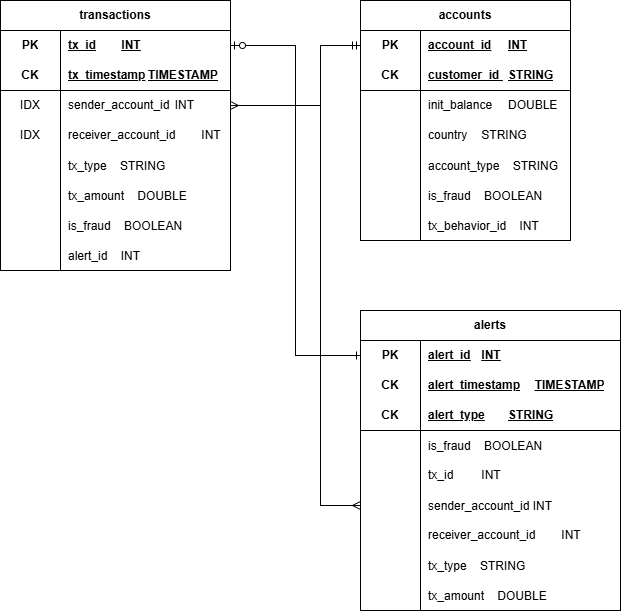
Purely4Fun/vkr_mag keeps this draw.io diagram as diagrams/ERD.png. Above is the earlier version. Source tidied: cells renumbered, new cells last; positions are measured from the earlier drawing's top-left corner, leaving out a move shared by most shapes.
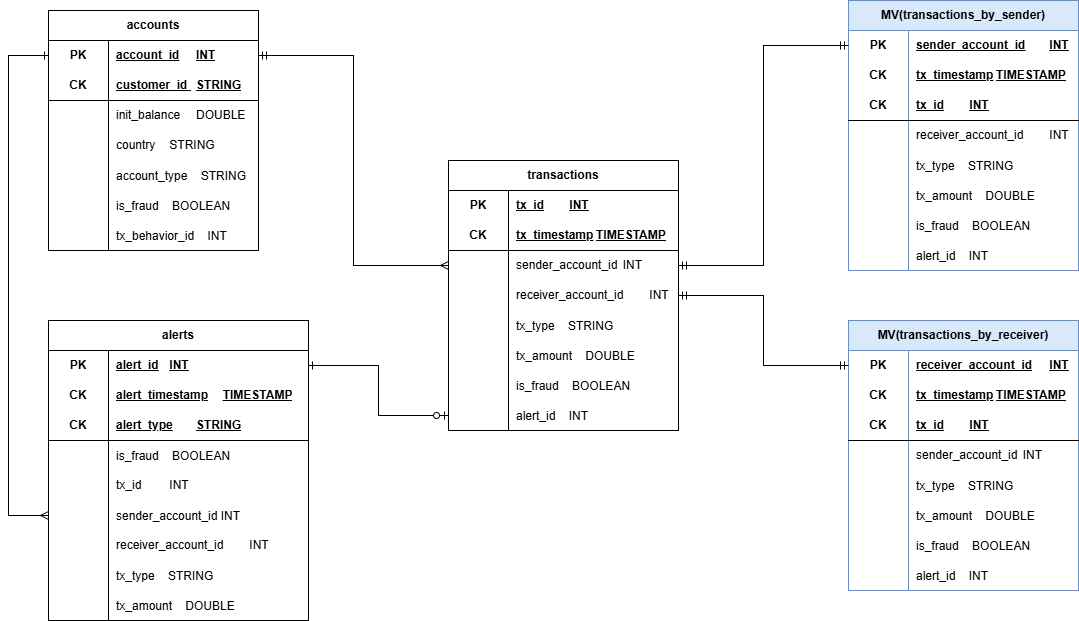
After the commit.

What changed in the source:
```diff
@@ -69,7 +69,7 @@
       <mxGeometry x="60" width="150" height="30" as="geometry" />
     </mxCell>
     <mxCell id="24" value="transactions" style="shape=table;startSize=30;rowLines=0;fontStyle=1;align=center;html=1;whiteSpace=wrap;" parent="1" vertex="1">
-      <mxGeometry width="230" height="270" as="geometry" />
+      <mxGeometry x="760" y="150" width="230" height="270" as="geometry" />
     </mxCell>
     <mxCell id="25" style="shape=tableRow;horizontal=0;startSize=0;swimlaneHead=0;swimlaneBody=0;fillColor=none;points=[[0,0.5],[1,0.5]];portConstraint=eastwest;top=0;left=0;right=0;bottom=0;html=1;" parent="24" vertex="1">
       <mxGeometry y="30" width="230" height="30" as="geometry" />
@@ -92,7 +92,7 @@
     <mxCell id="31" style="shape=tableRow;horizontal=0;startSize=0;swimlaneHead=0;swimlaneBody=0;fillColor=none;points=[[0,0.5],[1,0.5]];portConstraint=eastwest;top=0;left=0;right=0;bottom=0;html=1;" parent="24" vertex="1">
       <mxGeometry y="90" width="230" height="30" as="geometry" />
     </mxCell>
-    <mxCell id="32" value="IDX" style="shape=partialRectangle;fillColor=none;top=0;left=0;bottom=0;right=0;overflow=hidden;html=1;whiteSpace=wrap;" parent="31" vertex="1">
+    <mxCell id="32" style="shape=partialRectangle;fillColor=none;top=0;left=0;bottom=0;right=0;overflow=hidden;html=1;whiteSpace=wrap;" parent="31" vertex="1">
       <mxGeometry width="60" height="30" as="geometry" />
     </mxCell>
     <mxCell id="33" value="sender_account_id&lt;span style=&quot;white-space: pre;&quot;&gt;&#9;&lt;/span&gt;INT&amp;nbsp;" style="shape=partialRectangle;fillColor=none;top=0;left=0;bottom=0;right=0;align=left;spacingLeft=6;overflow=hidden;html=1;whiteSpace=wrap;" parent="31" vertex="1">
@@ -101,7 +101,7 @@
     <mxCell id="34" style="shape=tableRow;horizontal=0;startSize=0;swimlaneHead=0;swimlaneBody=0;fillColor=none;points=[[0,0.5],[1,0.5]];portConstraint=eastwest;top=0;left=0;right=0;bottom=0;html=1;" parent="24" vertex="1">
       <mxGeometry y="120" width="230" height="30" as="geometry" />
     </mxCell>
-    <mxCell id="35" value="IDX" style="shape=partialRectangle;fillColor=none;top=0;left=0;bottom=0;right=0;overflow=hidden;html=1;whiteSpace=wrap;" parent="34" vertex="1">
+    <mxCell id="35" style="shape=partialRectangle;fillColor=none;top=0;left=0;bottom=0;right=0;overflow=hidden;html=1;whiteSpace=wrap;" parent="34" vertex="1">
       <mxGeometry width="60" height="30" as="geometry" />
     </mxCell>
     <mxCell id="36" value="receiver_account_id&lt;span style=&quot;white-space: pre;&quot;&gt;&#9;&lt;/span&gt;INT&amp;nbsp;" style="shape=partialRectangle;fillColor=none;top=0;left=0;bottom=0;right=0;align=left;spacingLeft=6;overflow=hidden;html=1;whiteSpace=wrap;" parent="34" vertex="1">
@@ -227,16 +227,11 @@
     <mxCell id="76" value="tx_amount    DOUBLE" style="shape=partialRectangle;fillColor=none;top=0;left=0;bottom=0;right=0;align=left;spacingLeft=6;overflow=hidden;" parent="74" vertex="1">
       <mxGeometry x="60" width="200" height="30" as="geometry" />
     </mxCell>
-    <mxCell id="77" style="edgeStyle=orthogonalEdgeStyle;rounded=0;jettySize=auto;html=1;exitX=1;exitY=0.5;exitDx=0;exitDy=0;entryX=0;entryY=0.5;entryDx=0;entryDy=0;startArrow=ERzeroToOne;startFill=0;endArrow=ERone;endFill=0;" parent="1" edge="1" source="25" target="50">
+    <mxCell id="77" style="edgeStyle=orthogonalEdgeStyle;rounded=0;jettySize=auto;html=1;exitX=0;exitY=0.5;exitDx=0;exitDy=0;entryX=1;entryY=0.5;entryDx=0;entryDy=0;startArrow=ERzeroToOne;startFill=0;endArrow=ERone;endFill=0;" parent="1" edge="1" source="46" target="50">
       <mxGeometry relative="1" as="geometry" />
     </mxCell>
-    <mxCell id="78" style="edgeStyle=orthogonalEdgeStyle;rounded=0;jettySize=auto;html=1;exitX=0;exitY=0.5;exitDx=0;exitDy=0;entryX=1;entryY=0.5;entryDx=0;entryDy=0;startArrow=ERmandOne;startFill=0;endArrow=ERmany;endFill=0;" parent="1" edge="1" source="3" target="31">
-      <mxGeometry relative="1" as="geometry">
-        <Array as="points">
-          <mxPoint x="320" y="45" />
-          <mxPoint x="320" y="105" />
-        </Array>
-      </mxGeometry>
+    <mxCell id="78" style="edgeStyle=orthogonalEdgeStyle;rounded=0;jettySize=auto;html=1;exitX=1;exitY=0.5;exitDx=0;exitDy=0;entryX=0;entryY=0.5;entryDx=0;entryDy=0;startArrow=ERmandOne;startFill=0;endArrow=ERmany;endFill=0;" parent="1" edge="1" source="3" target="31">
+      <mxGeometry relative="1" as="geometry" />
     </mxCell>
     <mxCell id="79" style="edgeStyle=orthogonalEdgeStyle;rounded=0;jettySize=auto;html=1;exitX=0;exitY=0.5;exitDx=0;exitDy=0;entryX=0;entryY=0.5;entryDx=0;entryDy=0;startArrow=ERone;startFill=0;endArrow=ERmany;endFill=0;" parent="1" edge="1" source="3" target="65">
       <mxGeometry relative="1" as="geometry">
@@ -246,5 +241,161 @@
         </Array>
       </mxGeometry>
     </mxCell>
+    <mxCell id="80" value="MV(transactions_by_sender)" style="shape=table;startSize=30;rowLines=0;fontStyle=1;align=center;html=1;whiteSpace=wrap;fillColor=#dae8fc;strokeColor=#6c8ebf;" parent="1" vertex="1">
+      <mxGeometry x="1160" y="-10" width="230" height="270" as="geometry" />
+    </mxCell>
+    <mxCell id="81" style="shape=tableRow;horizontal=0;startSize=0;swimlaneHead=0;swimlaneBody=0;fillColor=none;points=[[0,0.5],[1,0.5]];portConstraint=eastwest;top=0;left=0;right=0;bottom=0;html=1;" parent="80" vertex="1">
+      <mxGeometry y="30" width="230" height="30" as="geometry" />
+    </mxCell>
+    <mxCell id="82" value="PK" style="shape=partialRectangle;fillColor=none;top=0;left=0;bottom=0;right=0;fontStyle=1;overflow=hidden;html=1;whiteSpace=wrap;" parent="81" vertex="1">
+      <mxGeometry width="60" height="30" as="geometry" />
+    </mxCell>
+    <mxCell id="83" value="sender_account_id&lt;span style=&quot;white-space: pre;&quot;&gt;&#9;&lt;/span&gt;INT" style="shape=partialRectangle;fillColor=none;top=0;left=0;bottom=0;right=0;align=left;spacingLeft=6;fontStyle=5;overflow=hidden;html=1;whiteSpace=wrap;" parent="81" vertex="1">
+      <mxGeometry x="60" width="170" height="30" as="geometry" />
+    </mxCell>
+    <mxCell id="84" style="shape=tableRow;horizontal=0;startSize=0;swimlaneHead=0;swimlaneBody=0;fillColor=none;top=0;left=0;right=0;bottom=0;" parent="80" vertex="1">
+      <mxGeometry y="60" width="230" height="30" as="geometry" />
+    </mxCell>
+    <mxCell id="85" value="&lt;b&gt;CK&lt;/b&gt;" style="shape=partialRectangle;fillColor=none;top=0;left=0;bottom=0;right=0;fontStyle=0;overflow=hidden;whiteSpace=wrap;html=1;" parent="84" vertex="1">
+      <mxGeometry width="60" height="30" as="geometry" />
+    </mxCell>
+    <mxCell id="86" value="&lt;span style=&quot;font-weight: 700; text-decoration-line: underline;&quot;&gt;tx_timestamp&lt;/span&gt;&lt;span style=&quot;font-weight: 700; white-space: pre;&quot;&gt;&#9;&lt;/span&gt;&lt;span style=&quot;font-weight: 700; text-decoration-line: underline;&quot;&gt;TIMESTAMP&lt;/span&gt;" style="shape=partialRectangle;fillColor=none;top=0;left=0;bottom=0;right=0;align=left;spacingLeft=6;fontStyle=0;overflow=hidden;whiteSpace=wrap;html=1;" parent="84" vertex="1">
+      <mxGeometry x="60" width="170" height="30" as="geometry" />
+    </mxCell>
+    <mxCell id="87" style="shape=tableRow;horizontal=0;startSize=0;swimlaneHead=0;swimlaneBody=0;fillColor=none;top=0;left=0;right=0;bottom=1;html=1;" parent="80" vertex="1">
+      <mxGeometry y="90" width="230" height="30" as="geometry" />
+    </mxCell>
+    <mxCell id="88" value="CK" style="shape=partialRectangle;fillColor=none;top=0;left=0;bottom=0;right=0;fontStyle=1;overflow=hidden;html=1;whiteSpace=wrap;" parent="87" vertex="1">
+      <mxGeometry width="60" height="30" as="geometry" />
+    </mxCell>
+    <mxCell id="89" value="tx_id&lt;span style=&quot;white-space: pre;&quot;&gt;&#9;&lt;/span&gt;INT" style="shape=partialRectangle;fillColor=none;top=0;left=0;bottom=0;right=0;align=left;spacingLeft=6;fontStyle=5;overflow=hidden;html=1;whiteSpace=wrap;" parent="87" vertex="1">
+      <mxGeometry x="60" width="170" height="30" as="geometry" />
+    </mxCell>
+    <mxCell id="90" style="shape=tableRow;horizontal=0;startSize=0;swimlaneHead=0;swimlaneBody=0;fillColor=none;top=0;left=0;right=0;bottom=0;html=1;" parent="80" vertex="1">
+      <mxGeometry y="120" width="230" height="30" as="geometry" />
+    </mxCell>
+    <mxCell id="91" style="shape=partialRectangle;fillColor=none;top=0;left=0;bottom=0;right=0;overflow=hidden;html=1;whiteSpace=wrap;" parent="90" vertex="1">
+      <mxGeometry width="60" height="30" as="geometry" />
+    </mxCell>
+    <mxCell id="92" value="receiver_account_id&lt;span style=&quot;white-space: pre;&quot;&gt;&#9;&lt;/span&gt;INT&amp;nbsp;" style="shape=partialRectangle;fillColor=none;top=0;left=0;bottom=0;right=0;align=left;spacingLeft=6;overflow=hidden;html=1;whiteSpace=wrap;" parent="90" vertex="1">
+      <mxGeometry x="60" width="170" height="30" as="geometry" />
+    </mxCell>
+    <mxCell id="93" style="shape=tableRow;horizontal=0;startSize=0;swimlaneHead=0;swimlaneBody=0;fillColor=none;top=0;left=0;right=0;bottom=0;" parent="80" vertex="1">
+      <mxGeometry y="150" width="230" height="30" as="geometry" />
+    </mxCell>
+    <mxCell id="94" style="shape=partialRectangle;fillColor=none;top=0;left=0;bottom=0;right=0;overflow=hidden;" parent="93" vertex="1">
+      <mxGeometry width="60" height="30" as="geometry" />
+    </mxCell>
+    <mxCell id="95" value="tx_type    STRING" style="shape=partialRectangle;fillColor=none;top=0;left=0;bottom=0;right=0;align=left;spacingLeft=6;overflow=hidden;" parent="93" vertex="1">
+      <mxGeometry x="60" width="170" height="30" as="geometry" />
+    </mxCell>
+    <mxCell id="96" style="shape=tableRow;horizontal=0;startSize=0;swimlaneHead=0;swimlaneBody=0;fillColor=none;top=0;left=0;right=0;bottom=0;" parent="80" vertex="1">
+      <mxGeometry y="180" width="230" height="30" as="geometry" />
+    </mxCell>
+    <mxCell id="97" style="shape=partialRectangle;fillColor=none;top=0;left=0;bottom=0;right=0;overflow=hidden;" parent="96" vertex="1">
+      <mxGeometry width="60" height="30" as="geometry" />
+    </mxCell>
+    <mxCell id="98" value="tx_amount    DOUBLE" style="shape=partialRectangle;fillColor=none;top=0;left=0;bottom=0;right=0;align=left;spacingLeft=6;overflow=hidden;" parent="96" vertex="1">
+      <mxGeometry x="60" width="170" height="30" as="geometry" />
+    </mxCell>
+    <mxCell id="99" style="shape=tableRow;horizontal=0;startSize=0;swimlaneHead=0;swimlaneBody=0;fillColor=none;top=0;left=0;right=0;bottom=0;" parent="80" vertex="1">
+      <mxGeometry y="210" width="230" height="30" as="geometry" />
+    </mxCell>
+    <mxCell id="100" style="shape=partialRectangle;fillColor=none;top=0;left=0;bottom=0;right=0;overflow=hidden;" parent="99" vertex="1">
+      <mxGeometry width="60" height="30" as="geometry" />
+    </mxCell>
+    <mxCell id="101" value="is_fraud    BOOLEAN" style="shape=partialRectangle;fillColor=none;top=0;left=0;bottom=0;right=0;align=left;spacingLeft=6;overflow=hidden;" parent="99" vertex="1">
+      <mxGeometry x="60" width="170" height="30" as="geometry" />
+    </mxCell>
+    <mxCell id="102" style="shape=tableRow;horizontal=0;startSize=0;swimlaneHead=0;swimlaneBody=0;fillColor=none;top=0;left=0;right=0;bottom=0;" parent="80" vertex="1">
+      <mxGeometry y="240" width="230" height="30" as="geometry" />
+    </mxCell>
+    <mxCell id="103" style="shape=partialRectangle;fillColor=none;top=0;left=0;bottom=0;right=0;overflow=hidden;" parent="102" vertex="1">
+      <mxGeometry width="60" height="30" as="geometry" />
+    </mxCell>
+    <mxCell id="104" value="alert_id    INT" style="shape=partialRectangle;fillColor=none;top=0;left=0;bottom=0;right=0;align=left;spacingLeft=6;overflow=hidden;" parent="102" vertex="1">
+      <mxGeometry x="60" width="170" height="30" as="geometry" />
+    </mxCell>
+    <mxCell id="105" value="MV(transactions_by_receiver)" style="shape=table;startSize=30;rowLines=0;fontStyle=1;align=center;html=1;whiteSpace=wrap;fillColor=#dae8fc;strokeColor=#6c8ebf;" parent="1" vertex="1">
+      <mxGeometry x="1160" y="310" width="230" height="270" as="geometry" />
+    </mxCell>
+    <mxCell id="106" style="shape=tableRow;horizontal=0;startSize=0;swimlaneHead=0;swimlaneBody=0;fillColor=none;points=[[0,0.5],[1,0.5]];portConstraint=eastwest;top=0;left=0;right=0;bottom=0;html=1;" parent="105" vertex="1">
+      <mxGeometry y="30" width="230" height="30" as="geometry" />
+    </mxCell>
+    <mxCell id="107" value="PK" style="shape=partialRectangle;fillColor=none;top=0;left=0;bottom=0;right=0;fontStyle=1;overflow=hidden;html=1;whiteSpace=wrap;" parent="106" vertex="1">
+      <mxGeometry width="60" height="30" as="geometry" />
+    </mxCell>
+    <mxCell id="108" value="receiver_account_id&lt;span style=&quot;white-space: pre;&quot;&gt;&#9;&lt;/span&gt;INT" style="shape=partialRectangle;fillColor=none;top=0;left=0;bottom=0;right=0;align=left;spacingLeft=6;fontStyle=5;overflow=hidden;html=1;whiteSpace=wrap;" parent="106" vertex="1">
+      <mxGeometry x="60" width="170" height="30" as="geometry" />
+    </mxCell>
+    <mxCell id="109" style="shape=tableRow;horizontal=0;startSize=0;swimlaneHead=0;swimlaneBody=0;fillColor=none;top=0;left=0;right=0;bottom=0;" parent="105" vertex="1">
+      <mxGeometry y="60" width="230" height="30" as="geometry" />
+    </mxCell>
+    <mxCell id="110" value="&lt;b&gt;CK&lt;/b&gt;" style="shape=partialRectangle;fillColor=none;top=0;left=0;bottom=0;right=0;fontStyle=0;overflow=hidden;whiteSpace=wrap;html=1;" parent="109" vertex="1">
+      <mxGeometry width="60" height="30" as="geometry" />
+    </mxCell>
+    <mxCell id="111" value="&lt;span style=&quot;font-weight: 700; text-decoration-line: underline;&quot;&gt;tx_timestamp&lt;/span&gt;&lt;span style=&quot;font-weight: 700; white-space: pre;&quot;&gt;&#9;&lt;/span&gt;&lt;span style=&quot;font-weight: 700; text-decoration-line: underline;&quot;&gt;TIMESTAMP&lt;/span&gt;" style="shape=partialRectangle;fillColor=none;top=0;left=0;bottom=0;right=0;align=left;spacingLeft=6;fontStyle=0;overflow=hidden;whiteSpace=wrap;html=1;" parent="109" vertex="1">
+      <mxGeometry x="60" width="170" height="30" as="geometry" />
+    </mxCell>
+    <mxCell id="112" style="shape=tableRow;horizontal=0;startSize=0;swimlaneHead=0;swimlaneBody=0;fillColor=none;top=0;left=0;right=0;bottom=1;html=1;" parent="105" vertex="1">
+      <mxGeometry y="90" width="230" height="30" as="geometry" />
+    </mxCell>
+    <mxCell id="113" value="CK" style="shape=partialRectangle;fillColor=none;top=0;left=0;bottom=0;right=0;fontStyle=1;overflow=hidden;html=1;whiteSpace=wrap;" parent="112" vertex="1">
+      <mxGeometry width="60" height="30" as="geometry" />
+    </mxCell>
+    <mxCell id="114" value="tx_id&lt;span style=&quot;white-space: pre;&quot;&gt;&#9;&lt;/span&gt;INT" style="shape=partialRectangle;fillColor=none;top=0;left=0;bottom=0;right=0;align=left;spacingLeft=6;fontStyle=5;overflow=hidden;html=1;whiteSpace=wrap;" parent="112" vertex="1">
+      <mxGeometry x="60" width="170" height="30" as="geometry" />
+    </mxCell>
+    <mxCell id="115" style="shape=tableRow;horizontal=0;startSize=0;swimlaneHead=0;swimlaneBody=0;fillColor=none;top=0;left=0;right=0;bottom=0;html=1;" parent="105" vertex="1">
+      <mxGeometry y="120" width="230" height="30" as="geometry" />
+    </mxCell>
+    <mxCell id="116" style="shape=partialRectangle;fillColor=none;top=0;left=0;bottom=0;right=0;overflow=hidden;html=1;whiteSpace=wrap;" parent="115" vertex="1">
+      <mxGeometry width="60" height="30" as="geometry" />
+    </mxCell>
+    <mxCell id="117" value="sender_account_id&lt;span style=&quot;white-space: pre;&quot;&gt;&#9;&lt;/span&gt;INT&amp;nbsp;" style="shape=partialRectangle;fillColor=none;top=0;left=0;bottom=0;right=0;align=left;spacingLeft=6;overflow=hidden;html=1;whiteSpace=wrap;" parent="115" vertex="1">
+      <mxGeometry x="60" width="170" height="30" as="geometry" />
+    </mxCell>
+    <mxCell id="118" style="shape=tableRow;horizontal=0;startSize=0;swimlaneHead=0;swimlaneBody=0;fillColor=none;top=0;left=0;right=0;bottom=0;" parent="105" vertex="1">
+      <mxGeometry y="150" width="230" height="30" as="geometry" />
+    </mxCell>
+    <mxCell id="119" style="shape=partialRectangle;fillColor=none;top=0;left=0;bottom=0;right=0;overflow=hidden;" parent="118" vertex="1">
+      <mxGeometry width="60" height="30" as="geometry" />
+    </mxCell>
+    <mxCell id="120" value="tx_type    STRING" style="shape=partialRectangle;fillColor=none;top=0;left=0;bottom=0;right=0;align=left;spacingLeft=6;overflow=hidden;" parent="118" vertex="1">
+      <mxGeometry x="60" width="170" height="30" as="geometry" />
+    </mxCell>
+    <mxCell id="121" style="shape=tableRow;horizontal=0;startSize=0;swimlaneHead=0;swimlaneBody=0;fillColor=none;top=0;left=0;right=0;bottom=0;" parent="105" vertex="1">
+      <mxGeometry y="180" width="230" height="30" as="geometry" />
+    </mxCell>
+    <mxCell id="122" style="shape=partialRectangle;fillColor=none;top=0;left=0;bottom=0;right=0;overflow=hidden;" parent="121" vertex="1">
+      <mxGeometry width="60" height="30" as="geometry" />
+    </mxCell>
+    <mxCell id="123" value="tx_amount    DOUBLE" style="shape=partialRectangle;fillColor=none;top=0;left=0;bottom=0;right=0;align=left;spacingLeft=6;overflow=hidden;" parent="121" vertex="1">
+      <mxGeometry x="60" width="170" height="30" as="geometry" />
+    </mxCell>
+    <mxCell id="124" style="shape=tableRow;horizontal=0;startSize=0;swimlaneHead=0;swimlaneBody=0;fillColor=none;top=0;left=0;right=0;bottom=0;" parent="105" vertex="1">
+      <mxGeometry y="210" width="230" height="30" as="geometry" />
+    </mxCell>
+    <mxCell id="125" style="shape=partialRectangle;fillColor=none;top=0;left=0;bottom=0;right=0;overflow=hidden;" parent="124" vertex="1">
+      <mxGeometry width="60" height="30" as="geometry" />
+    </mxCell>
+    <mxCell id="126" value="is_fraud    BOOLEAN" style="shape=partialRectangle;fillColor=none;top=0;left=0;bottom=0;right=0;align=left;spacingLeft=6;overflow=hidden;" parent="124" vertex="1">
+      <mxGeometry x="60" width="170" height="30" as="geometry" />
+    </mxCell>
+    <mxCell id="127" style="shape=tableRow;horizontal=0;startSize=0;swimlaneHead=0;swimlaneBody=0;fillColor=none;top=0;left=0;right=0;bottom=0;" parent="105" vertex="1">
+      <mxGeometry y="240" width="230" height="30" as="geometry" />
+    </mxCell>
+    <mxCell id="128" style="shape=partialRectangle;fillColor=none;top=0;left=0;bottom=0;right=0;overflow=hidden;" parent="127" vertex="1">
+      <mxGeometry width="60" height="30" as="geometry" />
+    </mxCell>
+    <mxCell id="129" value="alert_id    INT" style="shape=partialRectangle;fillColor=none;top=0;left=0;bottom=0;right=0;align=left;spacingLeft=6;overflow=hidden;" parent="127" vertex="1">
+      <mxGeometry x="60" width="170" height="30" as="geometry" />
+    </mxCell>
+    <mxCell id="130" style="edgeStyle=orthogonalEdgeStyle;rounded=0;jettySize=auto;html=1;exitX=1;exitY=0.5;exitDx=0;exitDy=0;entryX=0;entryY=0.5;entryDx=0;entryDy=0;startArrow=ERmandOne;startFill=0;endArrow=ERmandOne;endFill=0;" parent="1" edge="1" source="31" target="81">
+      <mxGeometry relative="1" as="geometry" />
+    </mxCell>
+    <mxCell id="131" style="edgeStyle=orthogonalEdgeStyle;rounded=0;jettySize=auto;html=1;exitX=1;exitY=0.5;exitDx=0;exitDy=0;entryX=0;entryY=0.5;entryDx=0;entryDy=0;startArrow=ERmandOne;startFill=0;endArrow=ERmandOne;endFill=0;" parent="1" edge="1" source="34" target="106">
+      <mxGeometry relative="1" as="geometry" />
+    </mxCell>
   </root>
 </mxGraphModel>
```
